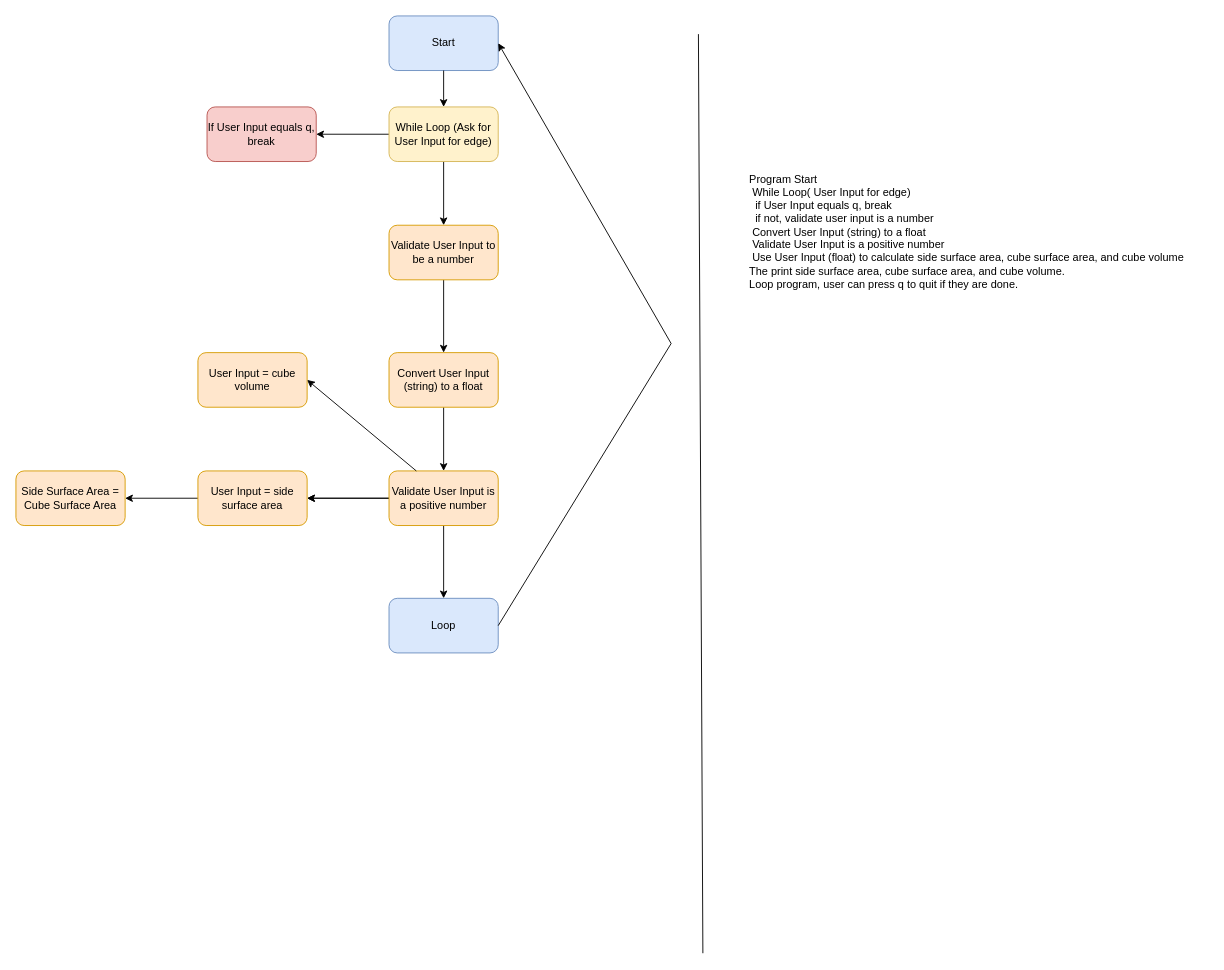
Earlier version of the draw.io diagram Untitled Diagram.drawio (TheAgera/DrawIO). Source tidied: cells renumbered, new cells numbered last; positions are measured from the earlier drawing's top-left corner, leaving out a move shared by most shapes. Both pictures are drawn from the tidied source at 91%, with x=0, y=0 at pixel (15, 15).
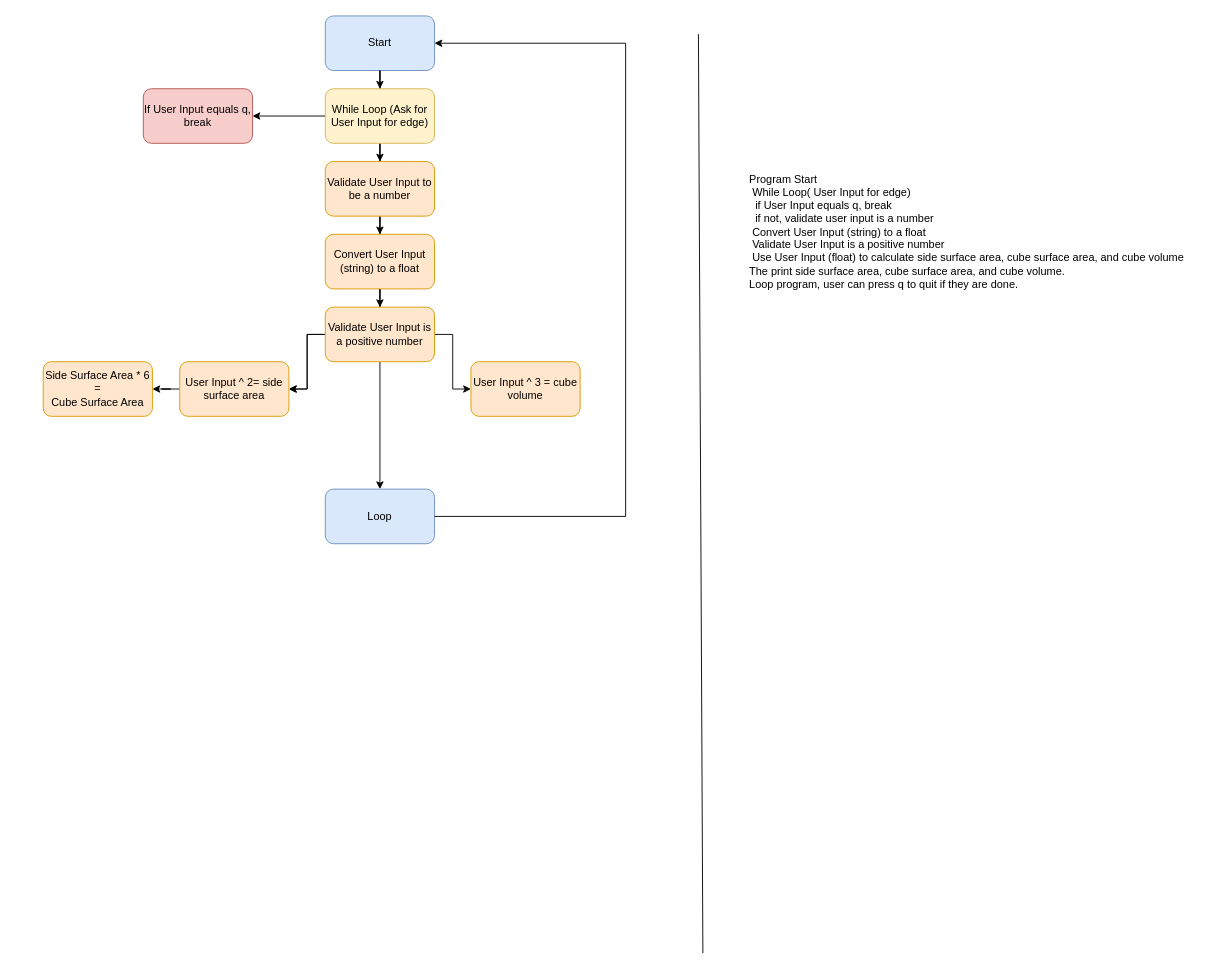
The same diagram, later.

Diff of the diagram source:
```diff
@@
     <mxCell id="3" value="Start" style="rounded=1;whiteSpace=wrap;html=1;fillColor=#dae8fc;strokeColor=#6c8ebf;" parent="1" vertex="1">
-      <mxGeometry x="410" width="120" height="60" as="geometry" />
+      <mxGeometry x="340" width="120" height="60" as="geometry" />
     </mxCell>
@@
     <mxCell id="7" value="While Loop (Ask for User Input for edge)" style="rounded=1;whiteSpace=wrap;html=1;fillColor=#fff2cc;strokeColor=#d6b656;" parent="1" vertex="1">
-      <mxGeometry x="410" y="100" width="120" height="60" as="geometry" />
+      <mxGeometry x="340" y="80" width="120" height="60" as="geometry" />
     </mxCell>
@@
     <mxCell id="9" value="Validate User Input to be a number" style="rounded=1;whiteSpace=wrap;html=1;fillColor=#ffe6cc;strokeColor=#d79b00;" parent="1" vertex="1">
-      <mxGeometry x="410" y="230" width="120" height="60" as="geometry" />
+      <mxGeometry x="340" y="160" width="120" height="60" as="geometry" />
     </mxCell>
@@
     <mxCell id="11" value="If User Input equals q, break" style="whiteSpace=wrap;html=1;rounded=1;fillColor=#f8cecc;strokeColor=#b85450;" parent="1" vertex="1">
-      <mxGeometry x="210" y="100" width="120" height="60" as="geometry" />
+      <mxGeometry x="140" y="80" width="120" height="60" as="geometry" />
     </mxCell>
@@
     <mxCell id="13" value="Convert User Input (string) to a float" style="whiteSpace=wrap;html=1;rounded=1;fillColor=#ffe6cc;strokeColor=#d79b00;" parent="1" vertex="1">
-      <mxGeometry x="410" y="370" width="120" height="60" as="geometry" />
+      <mxGeometry x="340" y="240" width="120" height="60" as="geometry" />
     </mxCell>
@@
+    <mxCell id="21" style="edgeStyle=orthogonalEdgeStyle;rounded=0;jettySize=auto;html=1;" parent="1" edge="1" source="17" target="20">
+      <mxGeometry relative="1" as="geometry" />
+    </mxCell>
     <mxCell id="17" value="Validate User Input is a positive number" style="whiteSpace=wrap;html=1;rounded=1;fillColor=#ffe6cc;strokeColor=#d79b00;" parent="1" vertex="1">
-      <mxGeometry x="410" y="500" width="120" height="60" as="geometry" />
+      <mxGeometry x="340" y="320" width="120" height="60" as="geometry" />
     </mxCell>
@@
-    <mxCell id="19" value="User Input = side surface area" style="whiteSpace=wrap;html=1;rounded=1;fillColor=#ffe6cc;strokeColor=#d79b00;" parent="1" vertex="1">
-      <mxGeometry x="200" y="500" width="120" height="60" as="geometry" />
+    <mxCell id="19" value="User Input ^ 2= side surface area" style="whiteSpace=wrap;html=1;rounded=1;fillColor=#ffe6cc;strokeColor=#d79b00;" parent="1" vertex="1">
+      <mxGeometry x="180" y="380" width="120" height="60" as="geometry" />
     </mxCell>
-    <mxCell id="20" value="User Input = cube volume" style="rounded=1;whiteSpace=wrap;html=1;fillColor=#ffe6cc;strokeColor=#d79b00;" parent="1" vertex="1">
-      <mxGeometry x="200" y="370" width="120" height="60" as="geometry" />
+    <mxCell id="20" value="User Input ^ 3 = cube volume" style="rounded=1;whiteSpace=wrap;html=1;fillColor=#ffe6cc;strokeColor=#d79b00;" parent="1" vertex="1">
+      <mxGeometry x="500" y="380" width="120" height="60" as="geometry" />
     </mxCell>
-    <mxCell id="21" style="endArrow=classic;html=1;rounded=0;entryX=1;entryY=0.5;entryDx=0;entryDy=0;exitX=0.25;exitY=0;exitDx=0;exitDy=0;" parent="1" edge="1" source="17" target="20">
-      <mxGeometry relative="1" as="geometry" />
-    </mxCell>
-    <mxCell id="22" value="Side Surface Area =&lt;br&gt;Cube Surface Area" style="whiteSpace=wrap;html=1;rounded=1;fillColor=#ffe6cc;strokeColor=#d79b00;" parent="1" vertex="1">
-      <mxGeometry y="500" width="120" height="60" as="geometry" />
+    <mxCell id="22" value="Side Surface Area * 6 =&lt;br&gt;Cube Surface Area" style="whiteSpace=wrap;html=1;rounded=1;fillColor=#ffe6cc;strokeColor=#d79b00;" parent="1" vertex="1">
+      <mxGeometry x="30" y="380" width="120" height="60" as="geometry" />
     </mxCell>
     <mxCell id="23" value="Loop" style="whiteSpace=wrap;html=1;rounded=1;fillColor=#dae8fc;strokeColor=#6c8ebf;" parent="1" vertex="1">
-      <mxGeometry x="410" y="640" width="120" height="60" as="geometry" />
+      <mxGeometry x="340" y="520" width="120" height="60" as="geometry" />
     </mxCell>
-    <mxCell id="24" style="endArrow=classic;html=1;rounded=0;exitX=1;exitY=0.5;exitDx=0;exitDy=0;entryX=1;entryY=0.5;entryDx=0;entryDy=0;" parent="1" edge="1" source="23" target="3">
-      <mxGeometry relative="1" as="geometry">
-        <Array as="points">
-          <mxPoint x="720" y="360" />
-        </Array>
-      </mxGeometry>
-    </mxCell>
+    <mxCell id="25" style="endArrow=classic;html=1;rounded=0;entryX=1;entryY=0.5;entryDx=0;entryDy=0;" parent="1" edge="1" target="3">
+      <mxGeometry relative="1" as="geometry">
+        <mxPoint x="670" y="30" as="sourcePoint" />
+      </mxGeometry>
+    </mxCell>
+    <mxCell id="26" style="endArrow=none;html=1;rounded=0;exitX=1;exitY=0.5;exitDx=0;exitDy=0;" parent="1" edge="1" source="23">
+      <mxGeometry relative="1" as="geometry">
+        <mxPoint x="670" y="550" as="targetPoint" />
+      </mxGeometry>
+    </mxCell>
+    <mxCell id="27" style="endArrow=none;html=1;rounded=0;" parent="1" edge="1">
+      <mxGeometry relative="1" as="geometry">
+        <mxPoint x="670" y="550" as="sourcePoint" />
+        <mxPoint x="670" y="30" as="targetPoint" />
+      </mxGeometry>
+    </mxCell>
```
